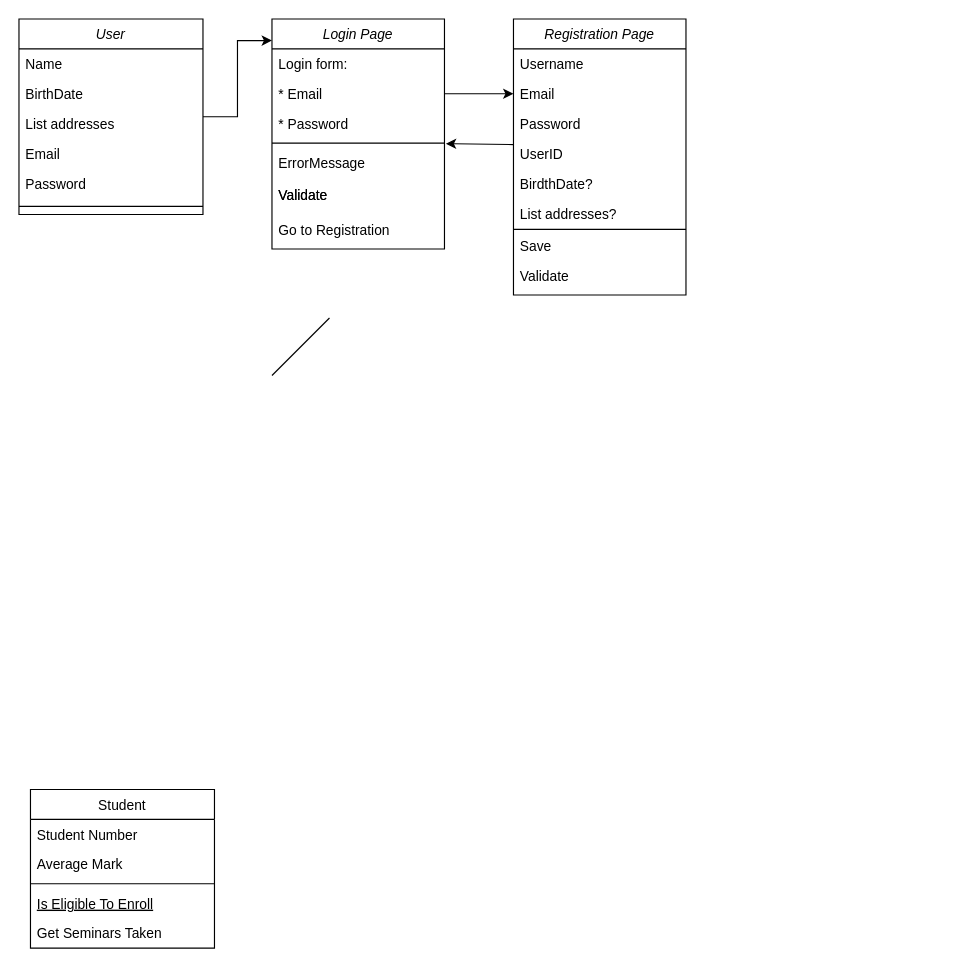
Error404-2/basic-js keeps this draw.io diagram as EcommercSсheme.drawio. Above is the earlier version. Source tidied: cells renumbered, new cells numbered last; positions are measured from the earlier drawing's top-left corner, leaving out a move shared by most shapes. Both pictures are drawn from the tidied source at 115%, with x=0, y=0 at pixel (18, 18).
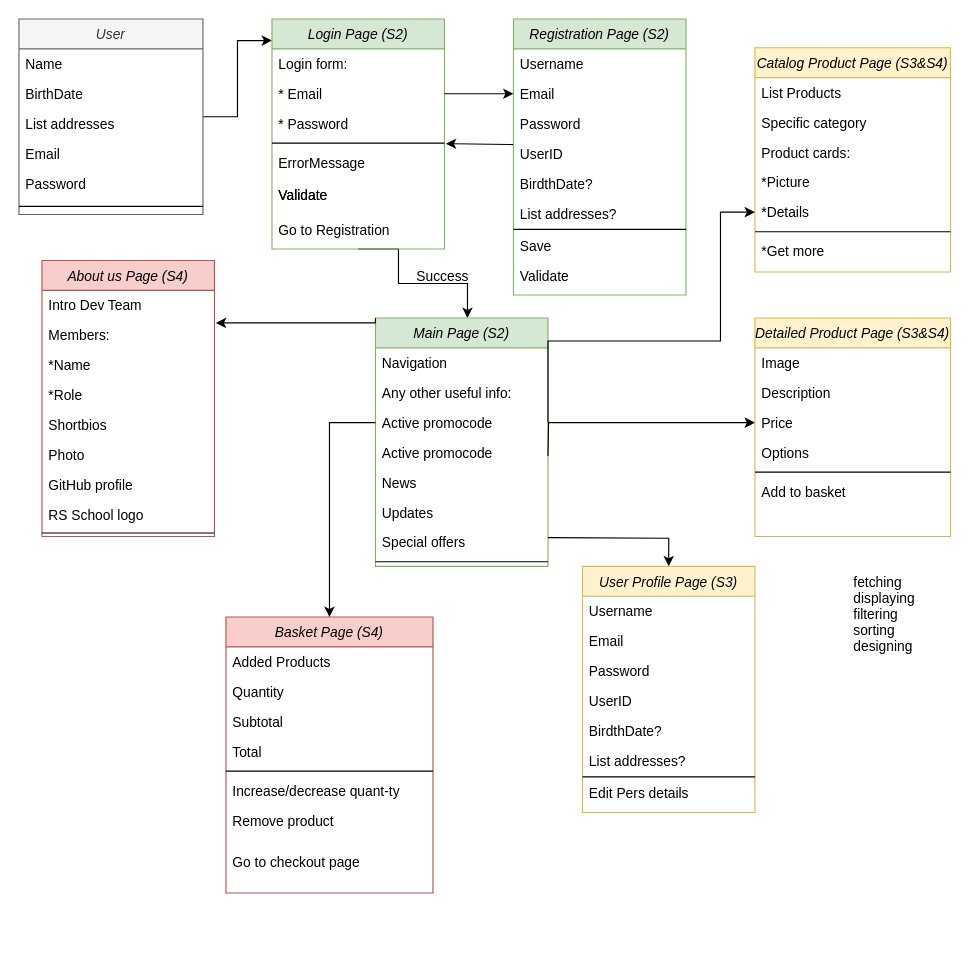
The same diagram, later.

The edit, as a diff of the source:
```diff
@@
-<mxGraphModel>
+<mxGraphModel background="#ffffff">
@@
-    <mxCell id="2" value="Student" style="swimlane;fontStyle=0;align=center;verticalAlign=top;horizontal=1;startSize=26;rounded=0;shadow=0;strokeWidth=1;" parent="1" vertex="1">
-      <mxGeometry x="10" y="670" width="160" height="138" as="geometry" />
-    </mxCell>
-    <mxCell id="3" value="Student Number" style="text;align=left;verticalAlign=top;spacingLeft=4;spacingRight=4;overflow=hidden;" parent="2" vertex="1">
-      <mxGeometry y="26" width="160" height="26" as="geometry" />
-    </mxCell>
-    <mxCell id="4" value="Average Mark" style="text;align=left;verticalAlign=top;spacingLeft=4;spacingRight=4;overflow=hidden;rounded=0;shadow=0;html=0;" parent="2" vertex="1">
-      <mxGeometry y="52" width="160" height="26" as="geometry" />
-    </mxCell>
-    <mxCell id="5" style="line;html=1;strokeWidth=1;align=left;verticalAlign=middle;spacingTop=-1;spacingLeft=3;spacingRight=3;labelPosition=right;" parent="2" vertex="1">
-      <mxGeometry y="78" width="160" height="8" as="geometry" />
-    </mxCell>
-    <mxCell id="6" value="Is Eligible To Enroll" style="text;align=left;verticalAlign=top;spacingLeft=4;spacingRight=4;overflow=hidden;fontStyle=4;" parent="2" vertex="1">
-      <mxGeometry y="86" width="160" height="26" as="geometry" />
-    </mxCell>
-    <mxCell id="7" value="Get Seminars Taken" style="text;align=left;verticalAlign=top;spacingLeft=4;spacingRight=4;overflow=hidden;" parent="2" vertex="1">
-      <mxGeometry y="112" width="160" height="26" as="geometry" />
-    </mxCell>
@@
-    <mxCell id="9" value="User" style="swimlane;fontStyle=2;align=center;verticalAlign=top;horizontal=1;startSize=26;rounded=0;shadow=0;strokeWidth=1;" parent="1" vertex="1">
+    <mxCell id="9" value="User" style="swimlane;fontStyle=2;align=center;verticalAlign=top;horizontal=1;startSize=26;rounded=0;shadow=0;strokeWidth=1;fillColor=#f5f5f5;fontColor=#333333;strokeColor=#666666;" parent="1" vertex="1">
       <mxGeometry width="160" height="170" as="geometry" />
     </mxCell>
@@
+    <mxCell id="38" style="edgeStyle=orthogonalEdgeStyle;rounded=0;jettySize=auto;html=1;exitX=0.5;exitY=1;exitDx=0;exitDy=0;" parent="1" edge="1" source="16">
+      <mxGeometry relative="1" as="geometry">
+        <mxPoint x="390" y="260" as="targetPoint" />
+        <Array as="points">
+          <mxPoint x="330" y="200" />
+          <mxPoint x="330" y="230" />
+          <mxPoint x="390" y="230" />
+        </Array>
+      </mxGeometry>
+    </mxCell>
-    <mxCell id="16" value="Login Page" style="swimlane;fontStyle=2;align=center;verticalAlign=top;horizontal=1;startSize=26;rounded=0;shadow=0;strokeWidth=1;" parent="1" vertex="1">
+    <mxCell id="16" value="Login Page (S2)" style="swimlane;fontStyle=2;align=center;verticalAlign=top;horizontal=1;startSize=26;rounded=0;shadow=0;strokeWidth=1;fillColor=#d5e8d4;strokeColor=#82b366;" parent="1" vertex="1">
       <mxGeometry x="220" width="150" height="200" as="geometry" />
     </mxCell>
@@
-    <mxCell id="25" style="endArrow=none;html=1;rounded=0;" parent="1" edge="1">
-      <mxGeometry relative="1" as="geometry">
-        <mxPoint x="220" y="310" as="sourcePoint" />
-        <mxPoint x="270" y="260" as="targetPoint" />
-      </mxGeometry>
-    </mxCell>
@@
-    <mxCell id="28" value="Registration Page" style="swimlane;fontStyle=2;align=center;verticalAlign=top;horizontal=1;startSize=26;rounded=0;shadow=0;strokeWidth=1;" parent="1" vertex="1">
+    <mxCell id="28" value="Registration Page (S2)" style="swimlane;fontStyle=2;align=center;verticalAlign=top;horizontal=1;startSize=26;rounded=0;shadow=0;strokeWidth=1;fillColor=#d5e8d4;strokeColor=#82b366;" parent="1" vertex="1">
       <mxGeometry x="430" width="150" height="240" as="geometry" />
     </mxCell>
@@
+    <mxCell id="39" value="Success" style="text;align=left;verticalAlign=top;spacingLeft=4;spacingRight=4;overflow=hidden;rounded=0;shadow=0;html=0;" parent="1" vertex="1">
+      <mxGeometry x="340" y="210" width="60" height="26" as="geometry" />
+    </mxCell>
+    <mxCell id="40" value="Main Page (S2)" style="swimlane;fontStyle=2;align=center;verticalAlign=top;horizontal=1;startSize=26;rounded=0;shadow=0;strokeWidth=1;fillColor=#d5e8d4;strokeColor=#82b366;" parent="1" vertex="1">
+      <mxGeometry x="310" y="260" width="150" height="216" as="geometry" />
+    </mxCell>
+    <mxCell id="41" value="Navigation" style="text;align=left;verticalAlign=top;spacingLeft=4;spacingRight=4;overflow=hidden;rounded=0;shadow=0;html=0;" parent="40" vertex="1">
+      <mxGeometry y="26" width="150" height="26" as="geometry" />
+    </mxCell>
+    <mxCell id="42" value="Any other useful info:" style="text;align=left;verticalAlign=top;spacingLeft=4;spacingRight=4;overflow=hidden;rounded=0;shadow=0;html=0;" parent="40" vertex="1">
+      <mxGeometry y="52" width="150" height="26" as="geometry" />
+    </mxCell>
+    <mxCell id="43" value="Active promocode" style="text;align=left;verticalAlign=top;spacingLeft=4;spacingRight=4;overflow=hidden;points=[[0,0.5],[1,0.5]];portConstraint=eastwest;rounded=0;shadow=0;html=0;" parent="40" vertex="1">
+      <mxGeometry y="78" width="150" height="26" as="geometry" />
+    </mxCell>
+    <mxCell id="44" value="Active promocode" style="text;align=left;verticalAlign=top;spacingLeft=4;spacingRight=4;overflow=hidden;rounded=0;shadow=0;html=0;" parent="40" vertex="1">
+      <mxGeometry y="104" width="150" height="26" as="geometry" />
+    </mxCell>
+    <mxCell id="45" value="News" style="text;align=left;verticalAlign=top;spacingLeft=4;spacingRight=4;overflow=hidden;rounded=0;shadow=0;html=0;" parent="40" vertex="1">
+      <mxGeometry y="130" width="150" height="26" as="geometry" />
+    </mxCell>
+    <mxCell id="46" value="Updates" style="text;align=left;verticalAlign=top;spacingLeft=4;spacingRight=4;overflow=hidden;rounded=0;shadow=0;html=0;" parent="40" vertex="1">
+      <mxGeometry y="156" width="150" height="26" as="geometry" />
+    </mxCell>
+    <mxCell id="47" value="Special offers" style="text;align=left;verticalAlign=top;spacingLeft=4;spacingRight=4;overflow=hidden;rounded=0;shadow=0;html=0;" parent="40" vertex="1">
+      <mxGeometry y="182" width="150" height="26" as="geometry" />
+    </mxCell>
+    <mxCell id="48" style="line;html=1;strokeWidth=1;align=left;verticalAlign=middle;spacingTop=-1;spacingLeft=3;spacingRight=3;labelPosition=right;" parent="40" vertex="1">
+      <mxGeometry y="208" width="150" height="8" as="geometry" />
+    </mxCell>
+    <mxCell id="49" style="edgeStyle=orthogonalEdgeStyle;rounded=0;jettySize=auto;html=1;exitX=1;exitY=0.5;exitDx=0;exitDy=0;entryX=0;entryY=0.5;entryDx=0;entryDy=0;" parent="1" edge="1" target="63">
+      <mxGeometry relative="1" as="geometry">
+        <mxPoint x="460" y="380" as="sourcePoint" />
+      </mxGeometry>
+    </mxCell>
+    <mxCell id="50" style="edgeStyle=orthogonalEdgeStyle;rounded=0;jettySize=auto;html=1;entryX=0.5;entryY=0;entryDx=0;entryDy=0;" parent="1" edge="1" target="68">
+      <mxGeometry relative="1" as="geometry">
+        <mxPoint x="460" y="451" as="sourcePoint" />
+      </mxGeometry>
+    </mxCell>
+    <mxCell id="51" value="Catalog Product Page (S3&amp;S4)" style="swimlane;fontStyle=2;align=center;verticalAlign=top;horizontal=1;startSize=26;rounded=0;shadow=0;strokeWidth=1;fillColor=#fff2cc;strokeColor=#d6b656;" parent="1" vertex="1">
+      <mxGeometry x="640" y="25" width="170" height="195" as="geometry" />
+    </mxCell>
+    <mxCell id="52" value="List Products" style="text;align=left;verticalAlign=top;spacingLeft=4;spacingRight=4;overflow=hidden;rounded=0;shadow=0;html=0;" parent="51" vertex="1">
+      <mxGeometry y="26" width="170" height="26" as="geometry" />
+    </mxCell>
+    <mxCell id="53" value="Specific category" style="text;align=left;verticalAlign=top;spacingLeft=4;spacingRight=4;overflow=hidden;rounded=0;shadow=0;html=0;" parent="51" vertex="1">
+      <mxGeometry y="52" width="170" height="26" as="geometry" />
+    </mxCell>
+    <mxCell id="54" value="Product cards:" style="text;align=left;verticalAlign=top;spacingLeft=4;spacingRight=4;overflow=hidden;rounded=0;shadow=0;html=0;" parent="51" vertex="1">
+      <mxGeometry y="78" width="170" height="26" as="geometry" />
+    </mxCell>
+    <mxCell id="55" value="*Picture" style="text;align=left;verticalAlign=top;spacingLeft=4;spacingRight=4;overflow=hidden;rounded=0;shadow=0;html=0;" parent="51" vertex="1">
+      <mxGeometry y="104" width="170" height="26" as="geometry" />
+    </mxCell>
+    <mxCell id="56" value="*Details" style="text;align=left;verticalAlign=top;spacingLeft=4;spacingRight=4;overflow=hidden;points=[[0,0.5],[1,0.5]];portConstraint=eastwest;rounded=0;shadow=0;html=0;" parent="51" vertex="1">
+      <mxGeometry y="130" width="170" height="26" as="geometry" />
+    </mxCell>
+    <mxCell id="57" style="line;html=1;strokeWidth=1;align=left;verticalAlign=middle;spacingTop=-1;spacingLeft=3;spacingRight=3;labelPosition=right;" parent="51" vertex="1">
+      <mxGeometry y="156" width="170" height="8" as="geometry" />
+    </mxCell>
+    <mxCell id="58" value="*Get more" style="text;align=left;verticalAlign=top;spacingLeft=4;spacingRight=4;overflow=hidden;rounded=0;shadow=0;html=0;" parent="51" vertex="1">
+      <mxGeometry y="164" width="170" height="26" as="geometry" />
+    </mxCell>
+    <mxCell id="59" style="edgeStyle=orthogonalEdgeStyle;rounded=0;jettySize=auto;html=1;exitX=1;exitY=0.5;exitDx=0;exitDy=0;entryX=0;entryY=0.5;entryDx=0;entryDy=0;" parent="1" edge="1" source="43" target="56">
+      <mxGeometry relative="1" as="geometry">
+        <Array as="points">
+          <mxPoint x="460" y="280" />
+          <mxPoint x="610" y="280" />
+          <mxPoint x="610" y="168" />
+        </Array>
+      </mxGeometry>
+    </mxCell>
+    <mxCell id="60" value="Detailed Product Page (S3&amp;S4)" style="swimlane;fontStyle=2;align=center;verticalAlign=top;horizontal=1;startSize=26;rounded=0;shadow=0;strokeWidth=1;fillColor=#fff2cc;strokeColor=#d6b656;" parent="1" vertex="1">
+      <mxGeometry x="640" y="260" width="170" height="190" as="geometry" />
+    </mxCell>
+    <mxCell id="61" value="Image" style="text;align=left;verticalAlign=top;spacingLeft=4;spacingRight=4;overflow=hidden;rounded=0;shadow=0;html=0;" parent="60" vertex="1">
+      <mxGeometry y="26" width="170" height="26" as="geometry" />
+    </mxCell>
+    <mxCell id="62" value="Description" style="text;align=left;verticalAlign=top;spacingLeft=4;spacingRight=4;overflow=hidden;rounded=0;shadow=0;html=0;" parent="60" vertex="1">
+      <mxGeometry y="52" width="170" height="26" as="geometry" />
+    </mxCell>
+    <mxCell id="63" value="Price" style="text;align=left;verticalAlign=top;spacingLeft=4;spacingRight=4;overflow=hidden;points=[[0,0.5],[1,0.5]];portConstraint=eastwest;rounded=0;shadow=0;html=0;" parent="60" vertex="1">
+      <mxGeometry y="78" width="170" height="26" as="geometry" />
+    </mxCell>
+    <mxCell id="64" value="Options " style="text;align=left;verticalAlign=top;spacingLeft=4;spacingRight=4;overflow=hidden;rounded=0;shadow=0;html=0;" parent="60" vertex="1">
+      <mxGeometry y="104" width="170" height="26" as="geometry" />
+    </mxCell>
+    <mxCell id="65" style="line;html=1;strokeWidth=1;align=left;verticalAlign=middle;spacingTop=-1;spacingLeft=3;spacingRight=3;labelPosition=right;" parent="60" vertex="1">
+      <mxGeometry y="130" width="170" height="8" as="geometry" />
+    </mxCell>
+    <mxCell id="66" value="Add to basket" style="text;align=left;verticalAlign=top;spacingLeft=4;spacingRight=4;overflow=hidden;rounded=0;shadow=0;html=0;" parent="60" vertex="1">
+      <mxGeometry y="138" width="170" height="26" as="geometry" />
+    </mxCell>
+    <mxCell id="67" value="fetching&#10;displaying&#10;filtering&#10;sorting&#10;designing " style="text;align=left;verticalAlign=top;spacingLeft=4;spacingRight=4;overflow=hidden;rounded=0;shadow=0;html=0;" parent="1" vertex="1">
+      <mxGeometry x="720" y="476" width="70" height="90" as="geometry" />
+    </mxCell>
+    <mxCell id="68" value="User Profile Page (S3)" style="swimlane;fontStyle=2;align=center;verticalAlign=top;horizontal=1;startSize=26;rounded=0;shadow=0;strokeWidth=1;fillColor=#fff2cc;strokeColor=#d6b656;" parent="1" vertex="1">
+      <mxGeometry x="490" y="476" width="150" height="214" as="geometry" />
+    </mxCell>
+    <mxCell id="69" value="Username" style="text;align=left;verticalAlign=top;spacingLeft=4;spacingRight=4;overflow=hidden;" parent="68" vertex="1">
+      <mxGeometry y="26" width="150" height="26" as="geometry" />
+    </mxCell>
+    <mxCell id="70" value="Email" style="text;align=left;verticalAlign=top;spacingLeft=4;spacingRight=4;overflow=hidden;rounded=0;shadow=0;html=0;" parent="68" vertex="1">
+      <mxGeometry y="52" width="150" height="26" as="geometry" />
+    </mxCell>
+    <mxCell id="71" value="Password" style="text;align=left;verticalAlign=top;spacingLeft=4;spacingRight=4;overflow=hidden;rounded=0;shadow=0;html=0;" parent="68" vertex="1">
+      <mxGeometry y="78" width="150" height="26" as="geometry" />
+    </mxCell>
+    <mxCell id="72" value="UserID" style="text;align=left;verticalAlign=top;spacingLeft=4;spacingRight=4;overflow=hidden;rounded=0;shadow=0;html=0;" parent="68" vertex="1">
+      <mxGeometry y="104" width="150" height="26" as="geometry" />
+    </mxCell>
+    <mxCell id="73" value="BirdthDate?" style="text;align=left;verticalAlign=top;spacingLeft=4;spacingRight=4;overflow=hidden;rounded=0;shadow=0;html=0;" parent="68" vertex="1">
+      <mxGeometry y="130" width="150" height="26" as="geometry" />
+    </mxCell>
+    <mxCell id="74" value="List addresses?" style="text;align=left;verticalAlign=top;spacingLeft=4;spacingRight=4;overflow=hidden;rounded=0;shadow=0;html=0;" parent="68" vertex="1">
+      <mxGeometry y="156" width="150" height="26" as="geometry" />
+    </mxCell>
+    <mxCell id="75" style="line;html=1;strokeWidth=1;align=left;verticalAlign=middle;spacingTop=-1;spacingLeft=3;spacingRight=3;labelPosition=right;" parent="68" vertex="1">
+      <mxGeometry y="182" width="150" height="2" as="geometry" />
+    </mxCell>
+    <mxCell id="76" value="Edit Pers details" style="text;align=left;verticalAlign=top;spacingLeft=4;spacingRight=4;overflow=hidden;rounded=0;shadow=0;html=0;" parent="68" vertex="1">
+      <mxGeometry y="184" width="150" height="26" as="geometry" />
+    </mxCell>
+    <mxCell id="77" value="About us Page (S4)" style="swimlane;fontStyle=2;align=center;verticalAlign=top;horizontal=1;startSize=26;rounded=0;shadow=0;strokeWidth=1;fillColor=#f8cecc;strokeColor=#b85450;" parent="1" vertex="1">
+      <mxGeometry x="20" y="210" width="150" height="240" as="geometry" />
+    </mxCell>
+    <mxCell id="78" value="Intro Dev Team" style="text;align=left;verticalAlign=top;spacingLeft=4;spacingRight=4;overflow=hidden;" parent="77" vertex="1">
+      <mxGeometry y="26" width="150" height="26" as="geometry" />
+    </mxCell>
+    <mxCell id="79" value="Members:" style="text;align=left;verticalAlign=top;spacingLeft=4;spacingRight=4;overflow=hidden;points=[[0,0.5],[1,0.5]];portConstraint=eastwest;rounded=0;shadow=0;html=0;" parent="77" vertex="1">
+      <mxGeometry y="52" width="150" height="26" as="geometry" />
+    </mxCell>
+    <mxCell id="80" value="*Name" style="text;align=left;verticalAlign=top;spacingLeft=4;spacingRight=4;overflow=hidden;rounded=0;shadow=0;html=0;" parent="77" vertex="1">
+      <mxGeometry y="78" width="150" height="26" as="geometry" />
+    </mxCell>
+    <mxCell id="81" value="*Role" style="text;align=left;verticalAlign=top;spacingLeft=4;spacingRight=4;overflow=hidden;rounded=0;shadow=0;html=0;" parent="77" vertex="1">
+      <mxGeometry y="104" width="150" height="26" as="geometry" />
+    </mxCell>
+    <mxCell id="82" value="Shortbios" style="text;align=left;verticalAlign=top;spacingLeft=4;spacingRight=4;overflow=hidden;rounded=0;shadow=0;html=0;" parent="77" vertex="1">
+      <mxGeometry y="130" width="150" height="26" as="geometry" />
+    </mxCell>
+    <mxCell id="83" value="Photo" style="text;align=left;verticalAlign=top;spacingLeft=4;spacingRight=4;overflow=hidden;rounded=0;shadow=0;html=0;" parent="77" vertex="1">
+      <mxGeometry y="156" width="150" height="26" as="geometry" />
+    </mxCell>
+    <mxCell id="84" value="GitHub profile" style="text;align=left;verticalAlign=top;spacingLeft=4;spacingRight=4;overflow=hidden;rounded=0;shadow=0;html=0;" parent="77" vertex="1">
+      <mxGeometry y="182" width="150" height="26" as="geometry" />
+    </mxCell>
+    <mxCell id="85" value="RS School logo" style="text;align=left;verticalAlign=top;spacingLeft=4;spacingRight=4;overflow=hidden;rounded=0;shadow=0;html=0;" parent="77" vertex="1">
+      <mxGeometry y="208" width="150" height="26" as="geometry" />
+    </mxCell>
+    <mxCell id="86" style="line;html=1;strokeWidth=1;align=left;verticalAlign=middle;spacingTop=-1;spacingLeft=3;spacingRight=3;labelPosition=right;" parent="77" vertex="1">
+      <mxGeometry y="234" width="150" height="6" as="geometry" />
+    </mxCell>
+    <mxCell id="87" style="edgeStyle=orthogonalEdgeStyle;rounded=0;jettySize=auto;html=1;exitX=0;exitY=0;exitDx=0;exitDy=0;entryX=1.008;entryY=0.088;entryDx=0;entryDy=0;entryPerimeter=0;" parent="1" edge="1" source="40" target="79">
+      <mxGeometry relative="1" as="geometry">
+        <Array as="points">
+          <mxPoint x="310" y="264" />
+        </Array>
+      </mxGeometry>
+    </mxCell>
+    <mxCell id="88" value="Basket Page (S4)" style="swimlane;fontStyle=2;align=center;verticalAlign=top;horizontal=1;startSize=26;rounded=0;shadow=0;strokeWidth=1;fillColor=#f8cecc;strokeColor=#b85450;" parent="1" vertex="1">
+      <mxGeometry x="180" y="520" width="180" height="240" as="geometry" />
+    </mxCell>
+    <mxCell id="89" value="Added Products" style="text;align=left;verticalAlign=top;spacingLeft=4;spacingRight=4;overflow=hidden;rounded=0;shadow=0;html=0;" parent="88" vertex="1">
+      <mxGeometry y="26" width="180" height="26" as="geometry" />
+    </mxCell>
+    <mxCell id="90" value="Quantity" style="text;align=left;verticalAlign=top;spacingLeft=4;spacingRight=4;overflow=hidden;rounded=0;shadow=0;html=0;" parent="88" vertex="1">
+      <mxGeometry y="52" width="180" height="26" as="geometry" />
+    </mxCell>
+    <mxCell id="91" value="Subtotal" style="text;align=left;verticalAlign=top;spacingLeft=4;spacingRight=4;overflow=hidden;rounded=0;shadow=0;html=0;" parent="88" vertex="1">
+      <mxGeometry y="78" width="180" height="26" as="geometry" />
+    </mxCell>
+    <mxCell id="92" value="Total" style="text;align=left;verticalAlign=top;spacingLeft=4;spacingRight=4;overflow=hidden;rounded=0;shadow=0;html=0;" parent="88" vertex="1">
+      <mxGeometry y="104" width="180" height="26" as="geometry" />
+    </mxCell>
+    <mxCell id="93" style="line;html=1;strokeWidth=1;align=left;verticalAlign=middle;spacingTop=-1;spacingLeft=3;spacingRight=3;labelPosition=right;" parent="88" vertex="1">
+      <mxGeometry y="130" width="180" height="8" as="geometry" />
+    </mxCell>
+    <mxCell id="94" value="Increase/decrease quant-ty" style="text;align=left;verticalAlign=top;spacingLeft=4;spacingRight=4;overflow=hidden;rounded=0;shadow=0;html=0;" parent="88" vertex="1">
+      <mxGeometry y="138" width="180" height="26" as="geometry" />
+    </mxCell>
+    <mxCell id="95" value="Remove product" style="text;align=left;verticalAlign=top;spacingLeft=4;spacingRight=4;overflow=hidden;rounded=0;shadow=0;html=0;" parent="88" vertex="1">
+      <mxGeometry y="164" width="180" height="36" as="geometry" />
+    </mxCell>
+    <mxCell id="96" value="Go to checkout page" style="text;align=left;verticalAlign=top;spacingLeft=4;spacingRight=4;overflow=hidden;rounded=0;shadow=0;html=0;" parent="88" vertex="1">
+      <mxGeometry y="200" width="180" height="20" as="geometry" />
+    </mxCell>
+    <mxCell id="97" style="edgeStyle=orthogonalEdgeStyle;rounded=0;jettySize=auto;html=1;exitX=0;exitY=0.5;exitDx=0;exitDy=0;" parent="1" edge="1" source="43" target="88">
+      <mxGeometry relative="1" as="geometry">
+        <Array as="points">
+          <mxPoint x="270" y="351" />
+        </Array>
+      </mxGeometry>
+    </mxCell>
```
